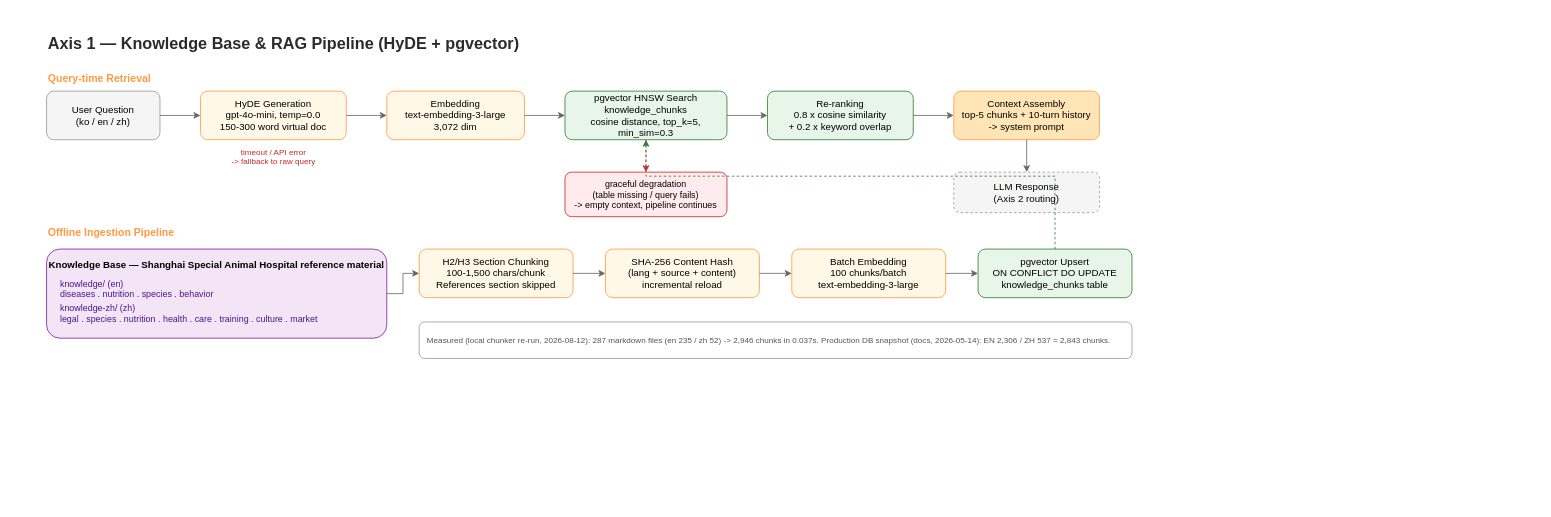
The draw.io diagram page "RAG Pipeline" (1 of 3) of docs/architecture/ai-architecture.drawio in Happ11quokka/perch_care, before the edit. Source tidied: cells renumbered, new cells numbered last; positions are measured from the earlier drawing's top-left corner, leaving out a move shared by most shapes. Both pictures are drawn from the tidied source at 81%, with x=0, y=0 at pixel (14, 14).
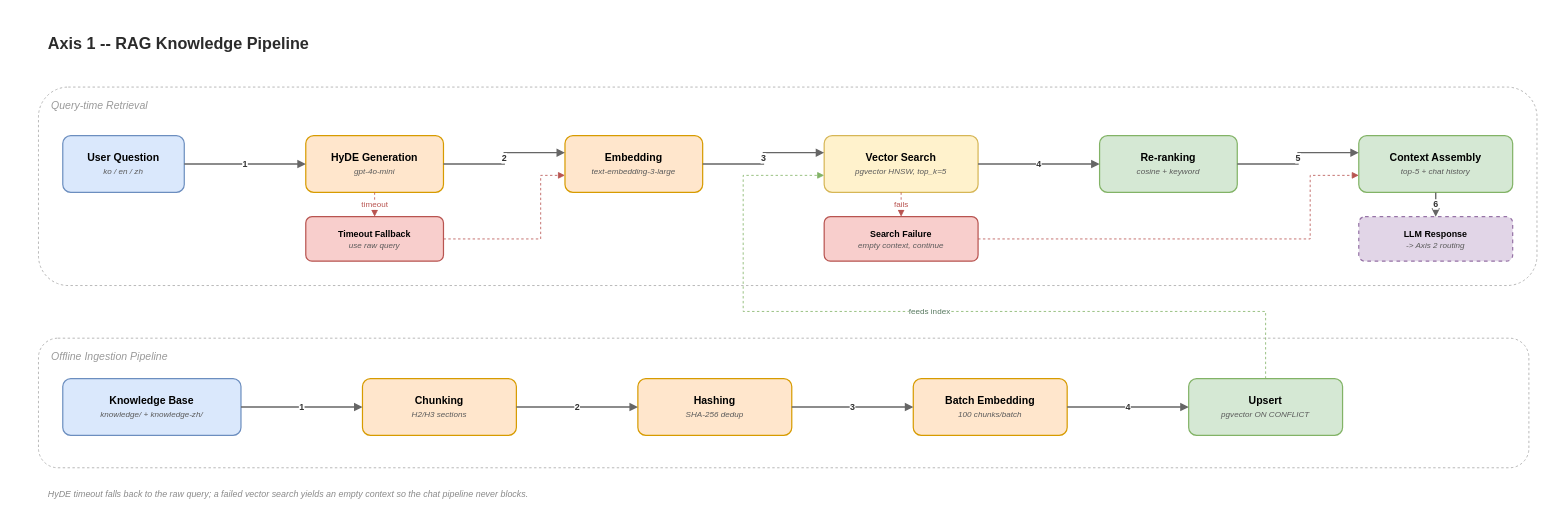
After the change.

What changed in the source:
```diff
@@
-    <mxCell id="2" style="rounded=0;whiteSpace=wrap;html=1;fillColor=#FFFFFF;strokeColor=none;" parent="1" vertex="1">
-      <mxGeometry width="1400" height="460" as="geometry" />
-    </mxCell>
-    <mxCell id="3" value="Axis 1 — Knowledge Base &amp; RAG Pipeline (HyDE + pgvector)" style="text;html=1;fontSize=20;fontStyle=1;align=left;verticalAlign=middle;fontColor=#2B2B2B;" parent="1" vertex="1">
-      <mxGeometry x="40" y="20" width="760" height="30" as="geometry" />
+    <mxCell id="3" value="Axis 1 -- RAG Knowledge Pipeline" style="text;html=1;fontSize=20;fontStyle=1;align=left;verticalAlign=middle;fontColor=#2B2B2B;" parent="1" vertex="1">
+      <mxGeometry x="40" y="20" width="900" height="30" as="geometry" />
     </mxCell>
-    <mxCell id="4" value="Query-time Retrieval" style="text;html=1;fontSize=13;fontStyle=1;align=left;fontColor=#FF9A42;" parent="1" vertex="1">
-      <mxGeometry x="40" y="65" width="220" height="20" as="geometry" />
+    <mxCell id="4" value="&lt;i&gt;Query-time Retrieval&lt;/i&gt;" style="rounded=1;whiteSpace=wrap;html=1;dashed=1;strokeColor=#AAAAAA;fillColor=none;verticalAlign=top;align=left;spacingTop=8;spacingLeft=14;fontColor=#999999;fontSize=13;fontStyle=2;" parent="1" vertex="1">
+      <mxGeometry x="30" y="90" width="1850" height="245" as="geometry" />
     </mxCell>
-    <mxCell id="5" value="User Question&#10;(ko / en / zh)" style="rounded=1;whiteSpace=wrap;html=1;fillColor=#F5F5F5;strokeColor=#999999;fontSize=12;" parent="1" vertex="1">
-      <mxGeometry x="40" y="95" width="140" height="60" as="geometry" />
+    <mxCell id="5" value="&lt;b&gt;User Question&lt;/b&gt;&lt;br&gt;&lt;i style='font-size:10px;color:#5a5a5a;'&gt;ko / en / zh&lt;/i&gt;" style="rounded=1;whiteSpace=wrap;html=1;arcSize=14;fillColor=#dae8fc;strokeColor=#6c8ebf;fontSize=13;align=center;verticalAlign=middle;spacing=6;strokeWidth=1.5;" parent="1" vertex="1">
+      <mxGeometry x="60" y="150" width="150" height="70" as="geometry" />
     </mxCell>
-    <mxCell id="6" value="HyDE Generation&#10;gpt-4o-mini, temp=0.0&#10;150-300 word virtual doc" style="rounded=1;whiteSpace=wrap;html=1;fillColor=#FFF8E7;strokeColor=#FF9A42;fontSize=12;" parent="1" vertex="1">
-      <mxGeometry x="230" y="95" width="180" height="60" as="geometry" />
+    <mxCell id="6" value="&lt;b&gt;HyDE Generation&lt;/b&gt;&lt;br&gt;&lt;i style='font-size:10px;color:#5a5a5a;'&gt;gpt-4o-mini&lt;/i&gt;" style="rounded=1;whiteSpace=wrap;html=1;arcSize=14;fillColor=#ffe6cc;strokeColor=#d79b00;fontSize=13;align=center;verticalAlign=middle;spacing=6;strokeWidth=1.5;" parent="1" vertex="1">
+      <mxGeometry x="360" y="150" width="170" height="70" as="geometry" />
     </mxCell>
-    <mxCell id="7" value="timeout / API error&#10;-&gt; fallback to raw query" style="text;html=1;fontSize=10;fontColor=#C62828;align=center;" parent="1" vertex="1">
-      <mxGeometry x="235" y="158" width="170" height="30" as="geometry" />
-    </mxCell>
-    <mxCell id="8" value="Embedding&#10;text-embedding-3-large&#10;3,072 dim" style="rounded=1;whiteSpace=wrap;html=1;fillColor=#FFF8E7;strokeColor=#FF9A42;fontSize=12;" parent="1" vertex="1">
-      <mxGeometry x="460" y="95" width="170" height="60" as="geometry" />
+    <mxCell id="8" value="&lt;b&gt;Embedding&lt;/b&gt;&lt;br&gt;&lt;i style='font-size:10px;color:#5a5a5a;'&gt;text-embedding-3-large&lt;/i&gt;" style="rounded=1;whiteSpace=wrap;html=1;arcSize=14;fillColor=#ffe6cc;strokeColor=#d79b00;fontSize=13;align=center;verticalAlign=middle;spacing=6;strokeWidth=1.5;" parent="1" vertex="1">
+      <mxGeometry x="680" y="150" width="170" height="70" as="geometry" />
     </mxCell>
-    <mxCell id="9" value="pgvector HNSW Search&#10;knowledge_chunks&#10;cosine distance, top_k=5, min_sim=0.3" style="rounded=1;whiteSpace=wrap;html=1;fillColor=#E8F5E9;strokeColor=#2E7D32;fontSize=12;" parent="1" vertex="1">
-      <mxGeometry x="680" y="95" width="200" height="60" as="geometry" />
-    </mxCell>
+    <mxCell id="35" value="&lt;b&gt;Vector Search&lt;/b&gt;&lt;br&gt;&lt;i style='font-size:10px;color:#5a5a5a;'&gt;pgvector HNSW, top_k=5&lt;/i&gt;" style="rounded=1;whiteSpace=wrap;html=1;arcSize=14;fillColor=#fff2cc;strokeColor=#d6b656;fontSize=13;align=center;verticalAlign=middle;spacing=6;strokeWidth=1.5;" parent="1" vertex="1">
+      <mxGeometry x="1000" y="150" width="190" height="70" as="geometry" />
+    </mxCell>
-    <mxCell id="10" value="Re-ranking&#10;0.8 x cosine similarity&#10;+ 0.2 x keyword overlap" style="rounded=1;whiteSpace=wrap;html=1;fillColor=#E8F5E9;strokeColor=#2E7D32;fontSize=12;" parent="1" vertex="1">
-      <mxGeometry x="930" y="95" width="180" height="60" as="geometry" />
+    <mxCell id="10" value="&lt;b&gt;Re-ranking&lt;/b&gt;&lt;br&gt;&lt;i style='font-size:10px;color:#5a5a5a;'&gt;cosine + keyword&lt;/i&gt;" style="rounded=1;whiteSpace=wrap;html=1;arcSize=14;fillColor=#d5e8d4;strokeColor=#82b366;fontSize=13;align=center;verticalAlign=middle;spacing=6;strokeWidth=1.5;" parent="1" vertex="1">
+      <mxGeometry x="1340" y="150" width="170" height="70" as="geometry" />
     </mxCell>
-    <mxCell id="11" value="Context Assembly&#10;top-5 chunks + 10-turn history&#10;-&gt; system prompt" style="rounded=1;whiteSpace=wrap;html=1;fillColor=#FFE4B5;strokeColor=#FF9A42;fontSize=12;" parent="1" vertex="1">
-      <mxGeometry x="1160" y="95" width="180" height="60" as="geometry" />
+    <mxCell id="11" value="&lt;b&gt;Context Assembly&lt;/b&gt;&lt;br&gt;&lt;i style='font-size:10px;color:#5a5a5a;'&gt;top-5 + chat history&lt;/i&gt;" style="rounded=1;whiteSpace=wrap;html=1;arcSize=14;fillColor=#d5e8d4;strokeColor=#82b366;fontSize=13;align=center;verticalAlign=middle;spacing=6;strokeWidth=1.5;" parent="1" vertex="1">
+      <mxGeometry x="1660" y="150" width="190" height="70" as="geometry" />
     </mxCell>
+    <mxCell id="36" value="&lt;b&gt;Timeout Fallback&lt;/b&gt;&lt;br&gt;&lt;i style='font-size:10px;color:#5a5a5a;'&gt;use raw query&lt;/i&gt;" style="rounded=1;whiteSpace=wrap;html=1;arcSize=14;fillColor=#f8cecc;strokeColor=#b85450;fontSize=11;align=center;verticalAlign=middle;spacing=6;strokeWidth=1.5;" parent="1" vertex="1">
+      <mxGeometry x="360" y="250" width="170" height="55" as="geometry" />
+    </mxCell>
+    <mxCell id="19" value="&lt;b&gt;Search Failure&lt;/b&gt;&lt;br&gt;&lt;i style='font-size:10px;color:#5a5a5a;'&gt;empty context, continue&lt;/i&gt;" style="rounded=1;whiteSpace=wrap;html=1;arcSize=14;fillColor=#f8cecc;strokeColor=#b85450;fontSize=11;align=center;verticalAlign=middle;spacing=6;strokeWidth=1.5;" parent="1" vertex="1">
+      <mxGeometry x="1000" y="250" width="190" height="55" as="geometry" />
+    </mxCell>
-    <mxCell id="12" value="LLM Response&#10;(Axis 2 routing)" style="rounded=1;whiteSpace=wrap;html=1;fillColor=#F5F5F5;strokeColor=#999999;fontSize=12;dashed=1;" parent="1" vertex="1">
-      <mxGeometry x="1160" y="195" width="180" height="50" as="geometry" />
+    <mxCell id="12" value="&lt;b&gt;LLM Response&lt;/b&gt;&lt;br&gt;&lt;i style='font-size:10px;color:#5a5a5a;'&gt;-&gt; Axis 2 routing&lt;/i&gt;" style="rounded=1;whiteSpace=wrap;html=1;arcSize=14;fillColor=#e1d5e7;strokeColor=#9673a6;fontSize=11;align=center;verticalAlign=middle;spacing=6;strokeWidth=1.5;dashed=1;" parent="1" vertex="1">
+      <mxGeometry x="1660" y="250" width="190" height="55" as="geometry" />
     </mxCell>
+    <mxCell id="24" value="&lt;i&gt;Offline Ingestion Pipeline&lt;/i&gt;" style="rounded=1;whiteSpace=wrap;html=1;dashed=1;strokeColor=#AAAAAA;fillColor=none;verticalAlign=top;align=left;spacingTop=8;spacingLeft=14;fontColor=#999999;fontSize=13;fontStyle=2;" parent="1" vertex="1">
+      <mxGeometry x="30" y="400" width="1840" height="160" as="geometry" />
+    </mxCell>
+    <mxCell id="37" value="&lt;b&gt;Knowledge Base&lt;/b&gt;&lt;br&gt;&lt;i style='font-size:10px;color:#5a5a5a;'&gt;knowledge/ + knowledge-zh/&lt;/i&gt;" style="rounded=1;whiteSpace=wrap;html=1;arcSize=14;fillColor=#dae8fc;strokeColor=#6c8ebf;fontSize=13;align=center;verticalAlign=middle;spacing=6;strokeWidth=1.5;" parent="1" vertex="1">
+      <mxGeometry x="60" y="450" width="220" height="70" as="geometry" />
+    </mxCell>
+    <mxCell id="25" value="&lt;b&gt;Chunking&lt;/b&gt;&lt;br&gt;&lt;i style='font-size:10px;color:#5a5a5a;'&gt;H2/H3 sections&lt;/i&gt;" style="rounded=1;whiteSpace=wrap;html=1;arcSize=14;fillColor=#ffe6cc;strokeColor=#d79b00;fontSize=13;align=center;verticalAlign=middle;spacing=6;strokeWidth=1.5;" parent="1" vertex="1">
+      <mxGeometry x="430" y="450" width="190" height="70" as="geometry" />
+    </mxCell>
+    <mxCell id="26" value="&lt;b&gt;Hashing&lt;/b&gt;&lt;br&gt;&lt;i style='font-size:10px;color:#5a5a5a;'&gt;SHA-256 dedup&lt;/i&gt;" style="rounded=1;whiteSpace=wrap;html=1;arcSize=14;fillColor=#ffe6cc;strokeColor=#d79b00;fontSize=13;align=center;verticalAlign=middle;spacing=6;strokeWidth=1.5;" parent="1" vertex="1">
+      <mxGeometry x="770" y="450" width="190" height="70" as="geometry" />
+    </mxCell>
+    <mxCell id="27" value="&lt;b&gt;Batch Embedding&lt;/b&gt;&lt;br&gt;&lt;i style='font-size:10px;color:#5a5a5a;'&gt;100 chunks/batch&lt;/i&gt;" style="rounded=1;whiteSpace=wrap;html=1;arcSize=14;fillColor=#ffe6cc;strokeColor=#d79b00;fontSize=13;align=center;verticalAlign=middle;spacing=6;strokeWidth=1.5;" parent="1" vertex="1">
+      <mxGeometry x="1110" y="450" width="190" height="70" as="geometry" />
+    </mxCell>
+    <mxCell id="28" value="&lt;b&gt;Upsert&lt;/b&gt;&lt;br&gt;&lt;i style='font-size:10px;color:#5a5a5a;'&gt;pgvector ON CONFLICT&lt;/i&gt;" style="rounded=1;whiteSpace=wrap;html=1;arcSize=14;fillColor=#d5e8d4;strokeColor=#82b366;fontSize=13;align=center;verticalAlign=middle;spacing=6;strokeWidth=1.5;" parent="1" vertex="1">
+      <mxGeometry x="1450" y="450" width="190" height="70" as="geometry" />
+    </mxCell>
+    <mxCell id="38" value="&lt;i&gt;HyDE timeout falls back to the raw query; a failed vector search yields an empty context so the chat pipeline never blocks.&lt;/i&gt;" style="text;html=1;fontSize=11;fontColor=#8A8A8A;align=left;verticalAlign=top;whiteSpace=wrap;" parent="1" vertex="1">
+      <mxGeometry x="40" y="580" width="1500" height="24" as="geometry" />
+    </mxCell>
-    <mxCell id="13" style="edgeStyle=orthogonalEdgeStyle;rounded=0;html=1;strokeColor=#666666;" parent="1" edge="1" source="5" target="6">
+    <mxCell id="13" value="1" style="edgeStyle=orthogonalEdgeStyle;rounded=0;html=1;endArrow=block;endFill=1;fontSize=11;labelBackgroundColor=#FFFFFF;strokeColor=#666666;strokeWidth=1.7;fontStyle=1;fontColor=#333333;exitX=1;exitY=0.5;exitDx=0;exitDy=0;exitPerimeter=0;entryX=0;entryY=0.5;entryDx=0;entryDy=0;entryPerimeter=0;" parent="1" edge="1" source="5" target="6">
       <mxGeometry relative="1" as="geometry" />
     </mxCell>
-    <mxCell id="14" style="edgeStyle=orthogonalEdgeStyle;rounded=0;html=1;strokeColor=#666666;" parent="1" edge="1" source="6" target="8">
+    <mxCell id="14" value="2" style="edgeStyle=orthogonalEdgeStyle;rounded=0;html=1;endArrow=block;endFill=1;fontSize=11;labelBackgroundColor=#FFFFFF;strokeColor=#666666;strokeWidth=1.7;fontStyle=1;fontColor=#333333;exitX=1;exitY=0.5;exitDx=0;exitDy=0;exitPerimeter=0;entryX=0;entryY=0.3;entryDx=0;entryDy=0;entryPerimeter=0;" parent="1" edge="1" source="6" target="8">
       <mxGeometry relative="1" as="geometry" />
     </mxCell>
-    <mxCell id="15" style="edgeStyle=orthogonalEdgeStyle;rounded=0;html=1;strokeColor=#666666;" parent="1" edge="1" source="8" target="9">
+    <mxCell id="15" value="3" style="edgeStyle=orthogonalEdgeStyle;rounded=0;html=1;endArrow=block;endFill=1;fontSize=11;labelBackgroundColor=#FFFFFF;strokeColor=#666666;strokeWidth=1.7;fontStyle=1;fontColor=#333333;exitX=1;exitY=0.5;exitDx=0;exitDy=0;exitPerimeter=0;entryX=0;entryY=0.3;entryDx=0;entryDy=0;entryPerimeter=0;" parent="1" edge="1" source="8" target="35">
       <mxGeometry relative="1" as="geometry" />
     </mxCell>
-    <mxCell id="16" style="edgeStyle=orthogonalEdgeStyle;rounded=0;html=1;strokeColor=#666666;" parent="1" edge="1" source="9" target="10">
+    <mxCell id="16" value="4" style="edgeStyle=orthogonalEdgeStyle;rounded=0;html=1;endArrow=block;endFill=1;fontSize=11;labelBackgroundColor=#FFFFFF;strokeColor=#666666;strokeWidth=1.7;fontStyle=1;fontColor=#333333;exitX=1;exitY=0.5;exitDx=0;exitDy=0;exitPerimeter=0;entryX=0;entryY=0.5;entryDx=0;entryDy=0;entryPerimeter=0;" parent="1" edge="1" source="35" target="10">
       <mxGeometry relative="1" as="geometry" />
     </mxCell>
-    <mxCell id="17" style="edgeStyle=orthogonalEdgeStyle;rounded=0;html=1;strokeColor=#666666;" parent="1" edge="1" source="10" target="11">
+    <mxCell id="17" value="5" style="edgeStyle=orthogonalEdgeStyle;rounded=0;html=1;endArrow=block;endFill=1;fontSize=11;labelBackgroundColor=#FFFFFF;strokeColor=#666666;strokeWidth=1.7;fontStyle=1;fontColor=#333333;exitX=1;exitY=0.5;exitDx=0;exitDy=0;exitPerimeter=0;entryX=0;entryY=0.3;entryDx=0;entryDy=0;entryPerimeter=0;" parent="1" edge="1" source="10" target="11">
       <mxGeometry relative="1" as="geometry" />
     </mxCell>
-    <mxCell id="18" style="edgeStyle=orthogonalEdgeStyle;rounded=0;html=1;strokeColor=#666666;" parent="1" edge="1" source="11" target="12">
+    <mxCell id="18" value="6" style="edgeStyle=orthogonalEdgeStyle;rounded=0;html=1;endArrow=block;endFill=1;fontSize=11;labelBackgroundColor=#FFFFFF;strokeColor=#666666;strokeWidth=1.7;fontStyle=1;fontColor=#333333;exitX=0.5;exitY=1;exitDx=0;exitDy=0;exitPerimeter=0;entryX=0.5;entryY=0;entryDx=0;entryDy=0;entryPerimeter=0;" parent="1" edge="1" source="11" target="12">
       <mxGeometry relative="1" as="geometry" />
     </mxCell>
-    <mxCell id="19" value="graceful degradation&#10;(table missing / query fails)&#10;-&gt; empty context, pipeline continues" style="rounded=1;whiteSpace=wrap;html=1;fillColor=#FFEBEE;strokeColor=#C62828;fontSize=11;" parent="1" vertex="1">
-      <mxGeometry x="680" y="195" width="200" height="55" as="geometry" />
-    </mxCell>
-    <mxCell id="20" style="edgeStyle=orthogonalEdgeStyle;rounded=0;html=1;strokeColor=#C62828;dashed=1;" parent="1" edge="1" source="9" target="19">
+    <mxCell id="20" value="timeout" style="edgeStyle=orthogonalEdgeStyle;rounded=0;html=1;endArrow=block;endFill=1;fontSize=11;labelBackgroundColor=#FFFFFF;strokeColor=#b85450;dashed=1;fontColor=#b85450;fontSize=10;exitX=0.5;exitY=1;exitDx=0;exitDy=0;exitPerimeter=0;entryX=0.5;entryY=0;entryDx=0;entryDy=0;entryPerimeter=0;" parent="1" edge="1" source="6" target="36">
       <mxGeometry relative="1" as="geometry" />
     </mxCell>
-    <mxCell id="21" value="Knowledge Base — Shanghai Special Animal Hospital reference material" style="rounded=1;whiteSpace=wrap;html=1;fillColor=#F3E5F5;strokeColor=#7B1FA2;fontSize=12;verticalAlign=top;fontStyle=1;spacingTop=6;" parent="1" vertex="1">
-      <mxGeometry x="40" y="290" width="420" height="110" as="geometry" />
-    </mxCell>
-    <mxCell id="22" value="knowledge/ (en)&#10;diseases . nutrition . species . behavior" style="text;html=1;fontSize=11;align=left;fontColor=#4A148C;" parent="1" vertex="1">
-      <mxGeometry x="55" y="320" width="390" height="30" as="geometry" />
-    </mxCell>
-    <mxCell id="23" value="knowledge-zh/ (zh)&#10;legal . species . nutrition . health . care . training . culture . market" style="text;html=1;fontSize=11;align=left;fontColor=#4A148C;" parent="1" vertex="1">
-      <mxGeometry x="55" y="350" width="390" height="40" as="geometry" />
-    </mxCell>
-    <mxCell id="24" value="Offline Ingestion Pipeline" style="text;html=1;fontSize=13;fontStyle=1;align=left;fontColor=#FF9A42;" parent="1" vertex="1">
-      <mxGeometry x="40" y="255" width="260" height="20" as="geometry" />
-    </mxCell>
-    <mxCell id="25" value="H2/H3 Section Chunking&#10;100-1,500 chars/chunk&#10;References section skipped" style="rounded=1;whiteSpace=wrap;html=1;fillColor=#FFF8E7;strokeColor=#FF9A42;fontSize=12;" parent="1" vertex="1">
-      <mxGeometry x="500" y="290" width="190" height="60" as="geometry" />
-    </mxCell>
-    <mxCell id="26" value="SHA-256 Content Hash&#10;(lang + source + content)&#10;incremental reload" style="rounded=1;whiteSpace=wrap;html=1;fillColor=#FFF8E7;strokeColor=#FF9A42;fontSize=12;" parent="1" vertex="1">
-      <mxGeometry x="730" y="290" width="190" height="60" as="geometry" />
-    </mxCell>
-    <mxCell id="27" value="Batch Embedding&#10;100 chunks/batch&#10;text-embedding-3-large" style="rounded=1;whiteSpace=wrap;html=1;fillColor=#FFF8E7;strokeColor=#FF9A42;fontSize=12;" parent="1" vertex="1">
-      <mxGeometry x="960" y="290" width="190" height="60" as="geometry" />
-    </mxCell>
-    <mxCell id="28" value="pgvector Upsert&#10;ON CONFLICT DO UPDATE&#10;knowledge_chunks table" style="rounded=1;whiteSpace=wrap;html=1;fillColor=#E8F5E9;strokeColor=#2E7D32;fontSize=12;" parent="1" vertex="1">
-      <mxGeometry x="1190" y="290" width="190" height="60" as="geometry" />
-    </mxCell>
-    <mxCell id="29" style="edgeStyle=orthogonalEdgeStyle;rounded=0;html=1;strokeColor=#666666;" parent="1" edge="1" source="21" target="25">
-      <mxGeometry relative="1" as="geometry" />
+    <mxCell id="29" style="edgeStyle=orthogonalEdgeStyle;rounded=0;html=1;endArrow=block;endFill=1;fontSize=11;labelBackgroundColor=#FFFFFF;strokeColor=#b85450;dashed=1;fontColor=#b85450;fontSize=10;exitX=1;exitY=0.5;exitDx=0;exitDy=0;exitPerimeter=0;entryX=0;entryY=0.7;entryDx=0;entryDy=0;entryPerimeter=0;" parent="1" edge="1" source="36" target="8">
+      <mxGeometry relative="1" as="geometry">
+        <Array as="points">
+          <mxPoint x="530" y="277" />
+          <mxPoint x="650" y="277" />
+          <mxPoint x="650" y="199" />
+        </Array>
+      </mxGeometry>
     </mxCell>
-    <mxCell id="30" style="edgeStyle=orthogonalEdgeStyle;rounded=0;html=1;strokeColor=#666666;" parent="1" edge="1" source="25" target="26">
+    <mxCell id="30" value="fails" style="edgeStyle=orthogonalEdgeStyle;rounded=0;html=1;endArrow=block;endFill=1;fontSize=11;labelBackgroundColor=#FFFFFF;strokeColor=#b85450;dashed=1;fontColor=#b85450;fontSize=10;exitX=0.5;exitY=1;exitDx=0;exitDy=0;exitPerimeter=0;entryX=0.5;entryY=0;entryDx=0;entryDy=0;entryPerimeter=0;" parent="1" edge="1" source="35" target="19">
       <mxGeometry relative="1" as="geometry" />
     </mxCell>
-    <mxCell id="31" style="edgeStyle=orthogonalEdgeStyle;rounded=0;html=1;strokeColor=#666666;" parent="1" edge="1" source="26" target="27">
-      <mxGeometry relative="1" as="geometry" />
+    <mxCell id="31" style="edgeStyle=orthogonalEdgeStyle;rounded=0;html=1;endArrow=block;endFill=1;fontSize=11;labelBackgroundColor=#FFFFFF;strokeColor=#b85450;dashed=1;fontColor=#b85450;fontSize=10;exitX=1;exitY=0.5;exitDx=0;exitDy=0;exitPerimeter=0;entryX=0;entryY=0.7;entryDx=0;entryDy=0;entryPerimeter=0;" parent="1" edge="1" source="19" target="11">
+      <mxGeometry relative="1" as="geometry">
+        <Array as="points">
+          <mxPoint x="1190" y="277" />
+          <mxPoint x="1600" y="277" />
+          <mxPoint x="1600" y="199" />
+        </Array>
+      </mxGeometry>
     </mxCell>
-    <mxCell id="32" style="edgeStyle=orthogonalEdgeStyle;rounded=0;html=1;strokeColor=#666666;" parent="1" edge="1" source="27" target="28">
+    <mxCell id="32" value="1" style="edgeStyle=orthogonalEdgeStyle;rounded=0;html=1;endArrow=block;endFill=1;fontSize=11;labelBackgroundColor=#FFFFFF;strokeColor=#666666;strokeWidth=1.7;fontStyle=1;fontColor=#333333;exitX=1;exitY=0.5;exitDx=0;exitDy=0;exitPerimeter=0;entryX=0;entryY=0.5;entryDx=0;entryDy=0;entryPerimeter=0;" parent="1" edge="1" source="37" target="25">
       <mxGeometry relative="1" as="geometry" />
     </mxCell>
-    <mxCell id="33" style="edgeStyle=orthogonalEdgeStyle;rounded=0;html=1;strokeColor=#2E7D32;dashed=1;exitX=0.5;exitY=0;entryX=0.5;entryY=1;" parent="1" edge="1" source="28" target="9">
-      <mxGeometry relative="1" as="geometry">
-        <Array as="points">
-          <mxPoint x="1285" y="200" />
-          <mxPoint x="780" y="200" />
-        </Array>
-      </mxGeometry>
+    <mxCell id="33" value="2" style="edgeStyle=orthogonalEdgeStyle;rounded=0;html=1;endArrow=block;endFill=1;fontSize=11;labelBackgroundColor=#FFFFFF;strokeColor=#666666;strokeWidth=1.7;fontStyle=1;fontColor=#333333;exitX=1;exitY=0.5;exitDx=0;exitDy=0;exitPerimeter=0;entryX=0;entryY=0.5;entryDx=0;entryDy=0;entryPerimeter=0;" parent="1" edge="1" source="25" target="26">
+      <mxGeometry relative="1" as="geometry" />
     </mxCell>
-    <mxCell id="34" value="Measured (local chunker re-run, 2026-08-12): 287 markdown files (en 235 / zh 52) -&gt; 2,946 chunks in 0.037s. Production DB snapshot (docs, 2026-05-14): EN 2,306 / ZH 537 = 2,843 chunks." style="rounded=1;whiteSpace=wrap;html=1;fillColor=#FFFFFF;strokeColor=#999999;fontSize=10;align=left;spacingLeft=8;fontColor=#555555;" parent="1" vertex="1">
-      <mxGeometry x="500" y="380" width="880" height="45" as="geometry" />
-    </mxCell>
+    <mxCell id="39" value="3" style="edgeStyle=orthogonalEdgeStyle;rounded=0;html=1;endArrow=block;endFill=1;fontSize=11;labelBackgroundColor=#FFFFFF;strokeColor=#666666;strokeWidth=1.7;fontStyle=1;fontColor=#333333;exitX=1;exitY=0.5;exitDx=0;exitDy=0;exitPerimeter=0;entryX=0;entryY=0.5;entryDx=0;entryDy=0;entryPerimeter=0;" parent="1" edge="1" source="26" target="27">
+      <mxGeometry relative="1" as="geometry" />
+    </mxCell>
+    <mxCell id="40" value="4" style="edgeStyle=orthogonalEdgeStyle;rounded=0;html=1;endArrow=block;endFill=1;fontSize=11;labelBackgroundColor=#FFFFFF;strokeColor=#666666;strokeWidth=1.7;fontStyle=1;fontColor=#333333;exitX=1;exitY=0.5;exitDx=0;exitDy=0;exitPerimeter=0;entryX=0;entryY=0.5;entryDx=0;entryDy=0;entryPerimeter=0;" parent="1" edge="1" source="27" target="28">
+      <mxGeometry relative="1" as="geometry" />
+    </mxCell>
+    <mxCell id="41" value="feeds index" style="edgeStyle=orthogonalEdgeStyle;rounded=0;html=1;endArrow=block;endFill=1;fontSize=11;labelBackgroundColor=#FFFFFF;strokeColor=#82b366;dashed=1;fontColor=#57795f;fontSize=10;exitX=0.5;exitY=0;exitDx=0;exitDy=0;exitPerimeter=0;entryX=0;entryY=0.7;entryDx=0;entryDy=0;entryPerimeter=0;" parent="1" edge="1" source="28" target="35">
+      <mxGeometry relative="1" as="geometry">
+        <Array as="points">
+          <mxPoint x="1545" y="367" />
+          <mxPoint x="900" y="367" />
+          <mxPoint x="900" y="199" />
+        </Array>
+      </mxGeometry>
+    </mxCell>
```
